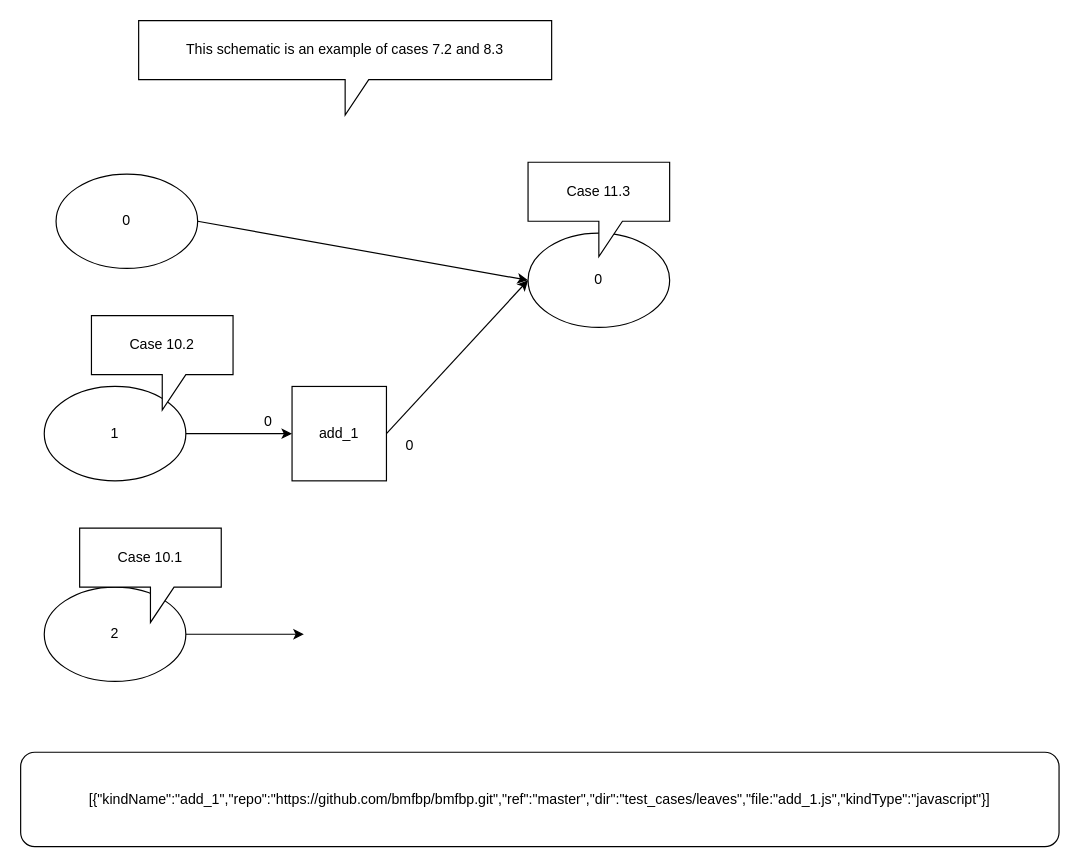
The draw.io diagram page "pass_and_add" (2 of 3) of test_cases/all_diagrams.drawio in bmfbp/bmfbp, before the edit. Source tidied: cells renumbered, new cells numbered last; positions are measured from the earlier drawing's top-left corner, leaving out a move shared by most shapes. Both pictures are drawn from the tidied source at 118%, with x=0, y=0 at pixel (20, 20).
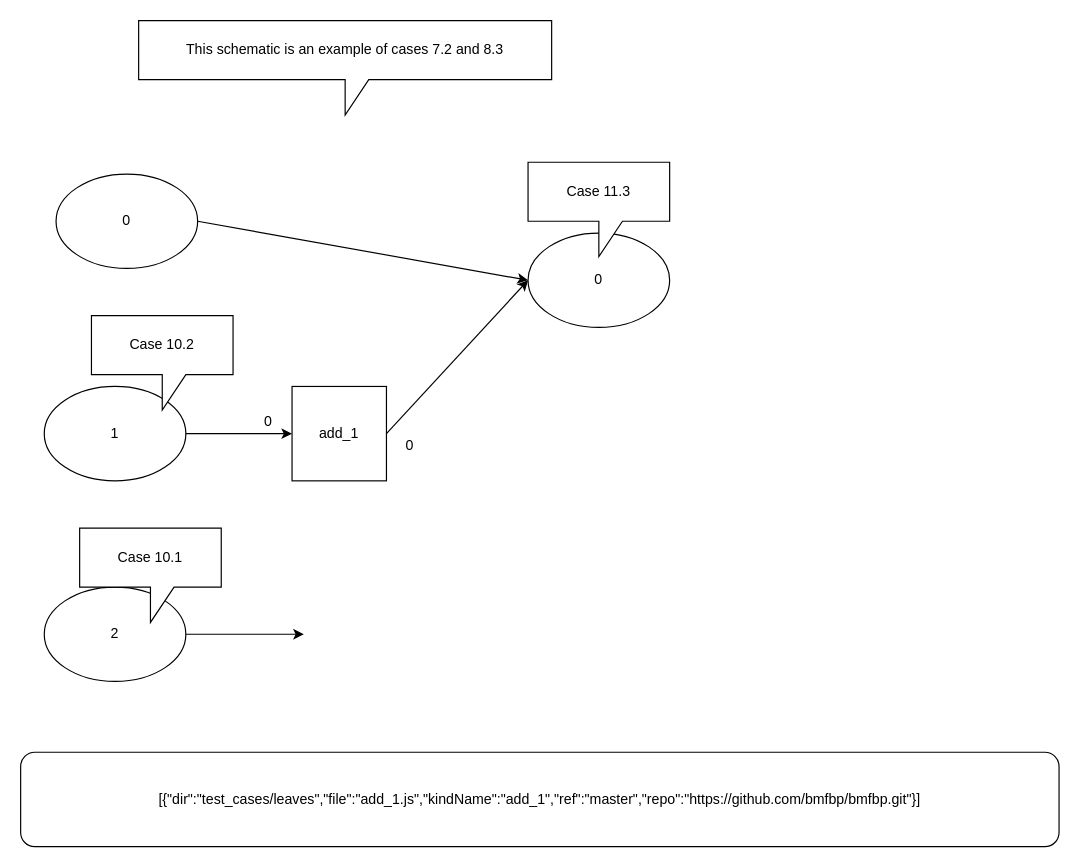
The same page after the edit.

Diff of the diagram source:
```diff
@@
 <mxGraphModel>
   <root>
     <mxCell id="0" />
     <mxCell id="1" parent="0" />
     <mxCell id="2" value="0" style="ellipse;whiteSpace=wrap;html=1;" parent="1" vertex="1">
       <mxGeometry x="30" y="130" width="120" height="80" as="geometry" />
     </mxCell>
     <mxCell id="3" value="0" style="ellipse;whiteSpace=wrap;html=1;" parent="1" vertex="1">
       <mxGeometry x="430" y="180" width="120" height="80" as="geometry" />
     </mxCell>
     <mxCell id="4" value="1" style="ellipse;whiteSpace=wrap;html=1;" parent="1" vertex="1">
       <mxGeometry x="20" y="310" width="120" height="80" as="geometry" />
     </mxCell>
     <mxCell id="5" style="endArrow=classic;html=1;exitX=1;exitY=0.5;exitDx=0;exitDy=0;entryX=0;entryY=0.5;entryDx=0;entryDy=0;" parent="1" edge="1" source="2" target="3">
       <mxGeometry relative="1" as="geometry" />
     </mxCell>
     <mxCell id="6" style="endArrow=classic;html=1;exitX=1;exitY=0.5;exitDx=0;exitDy=0;entryX=0;entryY=0.5;entryDx=0;entryDy=0;" parent="1" edge="1" source="4" target="7">
       <mxGeometry relative="1" as="geometry" />
     </mxCell>
     <mxCell id="7" value="add_1" style="whiteSpace=wrap;html=1;" parent="1" vertex="1">
       <mxGeometry x="230" y="310" width="80" height="80" as="geometry" />
     </mxCell>
     <mxCell id="8" style="endArrow=classic;html=1;exitX=1;exitY=0.5;exitDx=0;exitDy=0;entryX=0;entryY=0.5;entryDx=0;entryDy=0;" parent="1" edge="1" source="7" target="3">
       <mxGeometry relative="1" as="geometry" />
     </mxCell>
     <mxCell id="9" value="0" style="text;html=1;strokeColor=none;fillColor=none;align=center;verticalAlign=middle;whiteSpace=wrap;rounded=0;" parent="1" vertex="1">
       <mxGeometry x="190" y="330" width="40" height="20" as="geometry" />
     </mxCell>
     <mxCell id="10" value="0" style="text;html=1;strokeColor=none;fillColor=none;align=center;verticalAlign=middle;whiteSpace=wrap;rounded=0;" parent="1" vertex="1">
       <mxGeometry x="310" y="350" width="40" height="20" as="geometry" />
     </mxCell>
     <mxCell id="11" value="This schematic is an example of cases 7.2 and 8.3" style="shape=callout;whiteSpace=wrap;html=1;perimeter=calloutPerimeter;" parent="1" vertex="1">
       <mxGeometry x="100" width="350" height="80" as="geometry" />
     </mxCell>
     <mxCell id="12" value="2" style="ellipse;whiteSpace=wrap;html=1;" parent="1" vertex="1">
       <mxGeometry x="20" y="480" width="120" height="80" as="geometry" />
     </mxCell>
     <mxCell id="13" style="endArrow=classic;html=1;exitX=1;exitY=0.5;exitDx=0;exitDy=0;" parent="1" edge="1" source="12">
       <mxGeometry relative="1" as="geometry">
         <mxPoint x="240" y="520" as="targetPoint" />
       </mxGeometry>
     </mxCell>
     <mxCell id="14" value="Case 10.1" style="shape=callout;whiteSpace=wrap;html=1;perimeter=calloutPerimeter;" parent="1" vertex="1">
       <mxGeometry x="50" y="430" width="120" height="80" as="geometry" />
     </mxCell>
     <mxCell id="15" value="Case 10.2" style="shape=callout;whiteSpace=wrap;html=1;perimeter=calloutPerimeter;" parent="1" vertex="1">
       <mxGeometry x="60" y="250" width="120" height="80" as="geometry" />
     </mxCell>
     <mxCell id="16" value="Case 11.3" style="shape=callout;whiteSpace=wrap;html=1;perimeter=calloutPerimeter;" parent="1" vertex="1">
       <mxGeometry x="430" y="120" width="120" height="80" as="geometry" />
     </mxCell>
-    <mxCell id="17" value="&lt;div style=&quot;text-align: left&quot;&gt;&lt;span&gt;[{&quot;kindName&quot;:&quot;add_1&quot;,&quot;repo&quot;:&quot;https://github.com/bmfbp/bmfbp.git&quot;,&quot;ref&quot;:&quot;master&quot;,&quot;dir&quot;:&quot;test_cases/leaves&quot;,&quot;file:&quot;add_1.js&quot;,&quot;kindType&quot;:&quot;javascript&quot;}]&lt;/span&gt;&lt;br&gt;&lt;/div&gt;" style="rounded=1;whiteSpace=wrap;html=1;" parent="1" vertex="1">
+    <mxCell id="17" value="&lt;div style=&quot;text-align: left&quot;&gt;&lt;span&gt;[{&quot;dir&quot;:&quot;test_cases/leaves&quot;,&quot;file&quot;:&quot;add_1.js&quot;,&quot;kindName&quot;:&quot;add_1&quot;,&quot;ref&quot;:&quot;master&quot;,&quot;repo&quot;:&quot;https://github.com/bmfbp/bmfbp.git&quot;}]&lt;/span&gt;&lt;br&gt;&lt;/div&gt;" style="rounded=1;whiteSpace=wrap;html=1;" parent="1" vertex="1">
       <mxGeometry y="620" width="880" height="80" as="geometry" />
     </mxCell>
   </root>
 </mxGraphModel>
```
